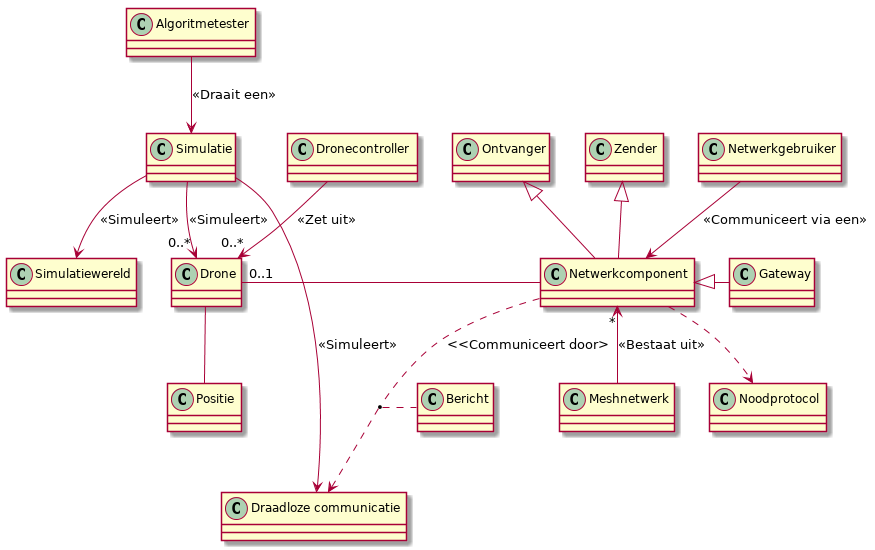
Earlier version of the PlantUML export Docs/DesignDocumenten/UML/out/DomeinModel/DomeinModel/DomeinModel.png (mauriceberentsen/Automated-Drone-Distribution-Network).
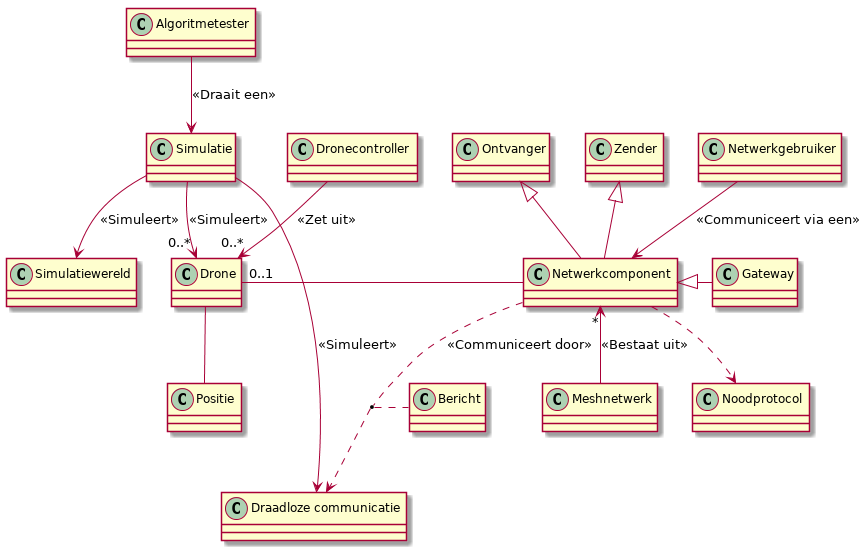
The same diagram one commit later.

The edit, as a diff of the source:
```diff
@@ -34,7 +34,7 @@
 
 Drone -- Positie
 
-Netwerkcomponent ..> com : <<Communiceert door>
+Netwerkcomponent ..> com : <<Communiceert door>>
 (Netwerkcomponent, com) .. Bericht
 
 Simulatie --> Simulatiewereld : <<Simuleert>>
```
